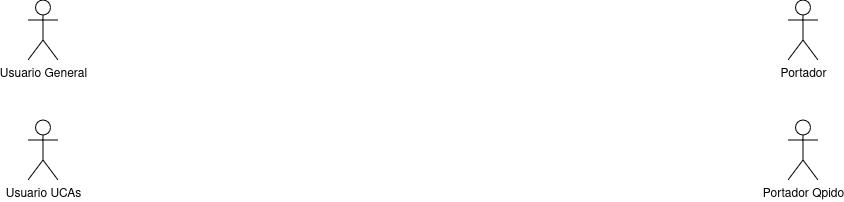
This is docs/diseno/casos-de-uso-proyecto.png from eduardosmoralesglez/Proyecto-UCAs, a draw.io export, as it was before one commit. Source tidied: cells renumbered, new cells last; positions are measured from the earlier drawing's top-left corner, leaving out a move shared by most shapes.
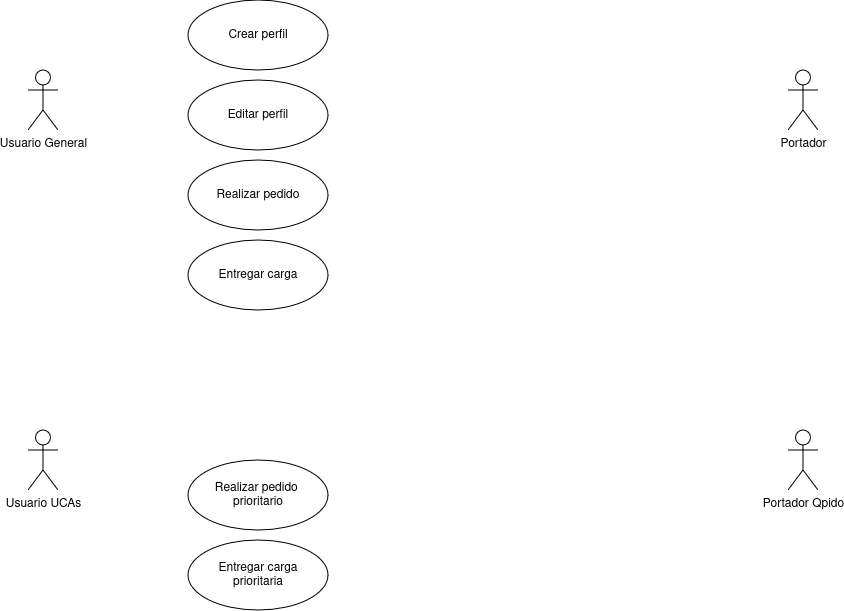
After the commit.

What changed in the source:
```diff
@@ -3,16 +3,34 @@
     <mxCell id="0" />
     <mxCell id="1" parent="0" />
     <mxCell id="2" value="&lt;div&gt;Usuario General&lt;/div&gt;" style="shape=umlActor;html=1;verticalLabelPosition=bottom;verticalAlign=top;align=center;" parent="1" vertex="1">
-      <mxGeometry width="30" height="60" as="geometry" />
+      <mxGeometry y="-240" width="30" height="60" as="geometry" />
     </mxCell>
     <mxCell id="3" value="&lt;div&gt;Usuario UCAs&lt;br&gt;&lt;/div&gt;" style="shape=umlActor;html=1;verticalLabelPosition=bottom;verticalAlign=top;align=center;" parent="1" vertex="1">
       <mxGeometry y="120" width="30" height="60" as="geometry" />
     </mxCell>
     <mxCell id="4" value="Portador" style="shape=umlActor;html=1;verticalLabelPosition=bottom;verticalAlign=top;align=center;" parent="1" vertex="1">
-      <mxGeometry x="760" width="30" height="60" as="geometry" />
+      <mxGeometry x="760" y="-240" width="30" height="60" as="geometry" />
     </mxCell>
     <mxCell id="5" value="Portador Qpido" style="shape=umlActor;html=1;verticalLabelPosition=bottom;verticalAlign=top;align=center;" parent="1" vertex="1">
       <mxGeometry x="760" y="120" width="30" height="60" as="geometry" />
     </mxCell>
+    <mxCell id="6" value="&lt;div&gt;Crear perfil&lt;/div&gt;" style="ellipse;whiteSpace=wrap;html=1;" parent="1" vertex="1">
+      <mxGeometry x="160" y="-310" width="140" height="70" as="geometry" />
+    </mxCell>
+    <mxCell id="7" value="Editar perfil" style="ellipse;whiteSpace=wrap;html=1;" parent="1" vertex="1">
+      <mxGeometry x="160" y="-230" width="140" height="70" as="geometry" />
+    </mxCell>
+    <mxCell id="8" value="Realizar pedido" style="ellipse;whiteSpace=wrap;html=1;" parent="1" vertex="1">
+      <mxGeometry x="160" y="-150" width="140" height="70" as="geometry" />
+    </mxCell>
+    <mxCell id="9" value="Entregar carga" style="ellipse;whiteSpace=wrap;html=1;" parent="1" vertex="1">
+      <mxGeometry x="160" y="-70" width="140" height="70" as="geometry" />
+    </mxCell>
+    <mxCell id="10" value="&lt;div&gt;Realizar pedido&amp;nbsp;&lt;/div&gt;&lt;div&gt;prioritario&lt;/div&gt;" style="ellipse;whiteSpace=wrap;html=1;" parent="1" vertex="1">
+      <mxGeometry x="160" y="150" width="140" height="70" as="geometry" />
+    </mxCell>
+    <mxCell id="11" value="&lt;div&gt;Entregar carga &lt;br&gt;&lt;/div&gt;&lt;div&gt;prioritaria&lt;/div&gt;" style="ellipse;whiteSpace=wrap;html=1;" parent="1" vertex="1">
+      <mxGeometry x="160" y="230" width="140" height="70" as="geometry" />
+    </mxCell>
   </root>
 </mxGraphModel>
```
